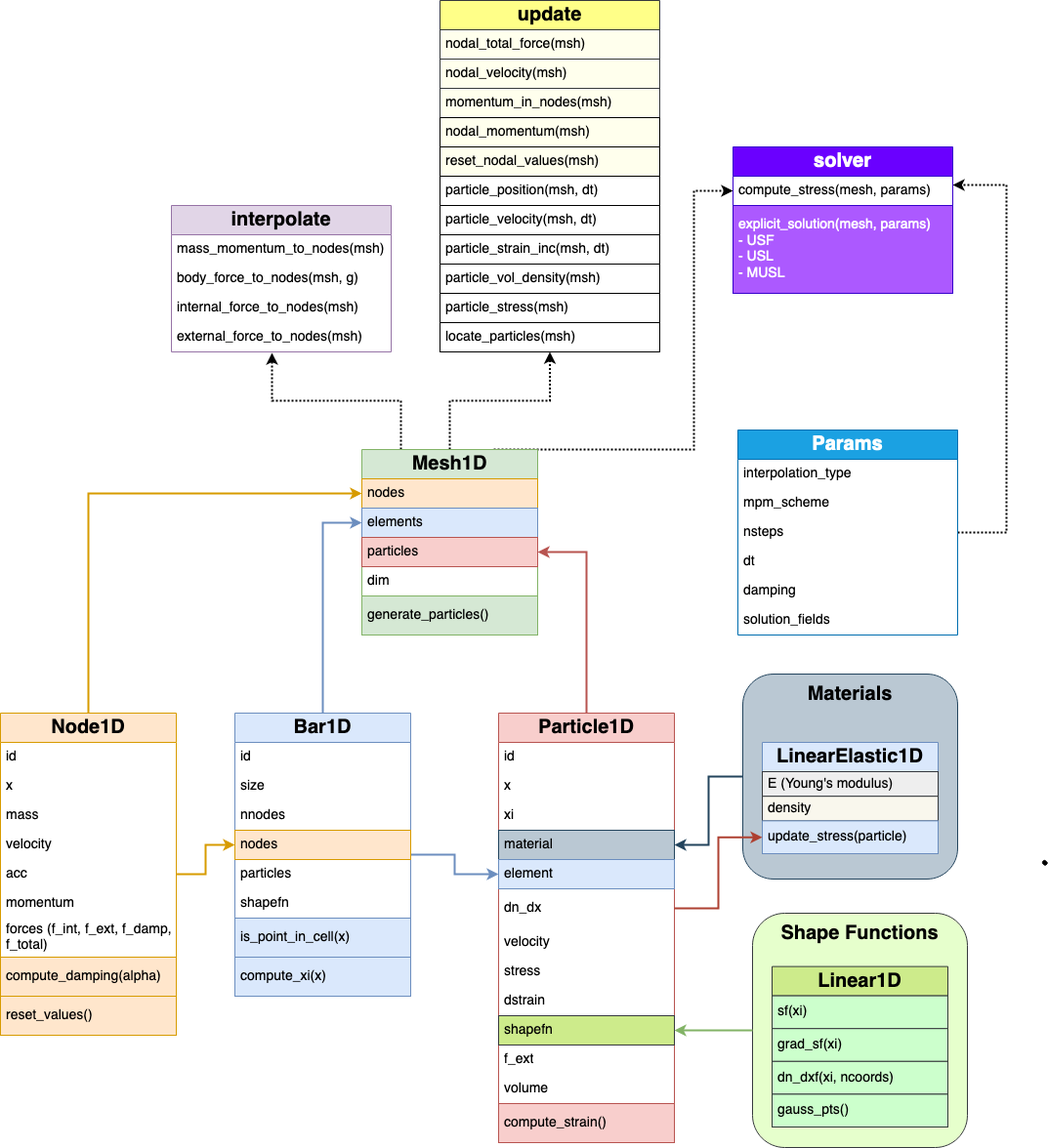
The draw.io diagram img/mpm-code.png in geoelements/LearnMPM, before a commit. Source tidied: cells renumbered, new cells last; positions are measured from the earlier drawing's top-left corner, leaving out a move shared by most shapes.
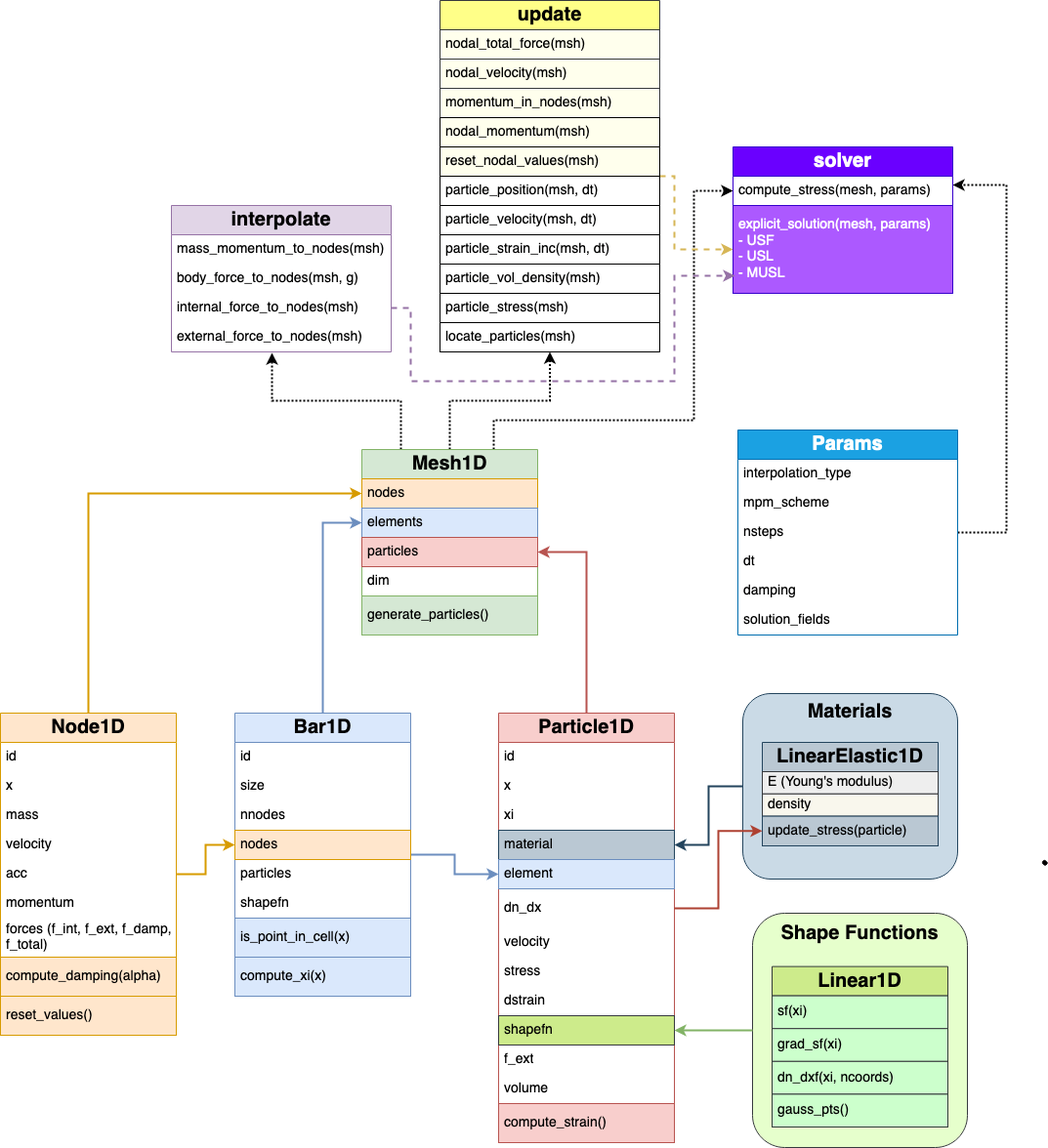
The same diagram one commit later.

Commit message:
MPM Code overview img

The edit, as a diff of the source:
```diff
@@ -133,7 +133,8 @@
     <mxCell id="43" style="edgeStyle=orthogonalEdgeStyle;rounded=0;jettySize=auto;html=1;exitX=0.75;exitY=0;exitDx=0;exitDy=0;entryX=0;entryY=0.5;entryDx=0;entryDy=0;dashed=1;dashPattern=1 1;strokeWidth=2;fontSize=20;" parent="1" edge="1" source="44" target="94">
       <mxGeometry relative="1" as="geometry">
         <Array as="points">
-          <mxPoint x="710" y="460" />
+          <mxPoint x="505" y="430" />
+          <mxPoint x="710" y="430" />
           <mxPoint x="710" y="195" />
         </Array>
       </mxGeometry>
@@ -156,26 +157,26 @@
     <mxCell id="49" value="generate_particles()" style="text;strokeColor=#82b366;fillColor=#d5e8d4;align=left;verticalAlign=middle;spacingLeft=4;spacingRight=4;overflow=hidden;whiteSpace=wrap;html=1;fontSize=14;" parent="44" vertex="1">
       <mxGeometry y="150" width="180" height="40" as="geometry" />
     </mxCell>
-    <mxCell id="50" style="group;" parent="1" vertex="1">
-      <mxGeometry x="760" y="690" width="220" height="210" as="geometry" />
+    <mxCell id="50" style="group;fillColor=default;" parent="1" vertex="1">
+      <mxGeometry x="760" y="710" width="220" height="190" as="geometry" />
     </mxCell>
-    <mxCell id="51" style="rounded=1;whiteSpace=wrap;html=1;strokeColor=#23445d;fontSize=14;fillColor=#bac8d3;" parent="50" vertex="1">
-      <mxGeometry width="220" height="210" as="geometry" />
+    <mxCell id="51" style="rounded=1;whiteSpace=wrap;html=1;strokeColor=#23445d;fontSize=14;fillColor=#CADAE6;" parent="50" vertex="1">
+      <mxGeometry width="220" height="190" as="geometry" />
     </mxCell>
     <mxCell id="52" value="&lt;b&gt;&lt;font style=&quot;font-size: 20px;&quot;&gt;Materials&lt;/font&gt;&lt;/b&gt;" style="text;html=1;strokeColor=none;fillColor=none;align=center;verticalAlign=middle;whiteSpace=wrap;rounded=0;fontSize=14;" parent="50" vertex="1">
-      <mxGeometry x="80" y="8.4" width="60" height="25.2" as="geometry" />
+      <mxGeometry x="80" y="7.6" width="60" height="22.8" as="geometry" />
     </mxCell>
-    <mxCell id="53" value="&lt;b&gt;&lt;font style=&quot;font-size: 20px;&quot;&gt;LinearElastic1D&lt;/font&gt;&lt;/b&gt;" style="swimlane;fontStyle=0;horizontal=1;startSize=30;whiteSpace=wrap;html=1;fillColor=#dae8fc;strokeColor=#6c8ebf;" parent="50" vertex="1">
-      <mxGeometry x="20" y="70" width="180" height="114" as="geometry" />
+    <mxCell id="53" value="&lt;b&gt;&lt;font style=&quot;font-size: 20px;&quot;&gt;LinearElastic1D&lt;/font&gt;&lt;/b&gt;" style="swimlane;fontStyle=0;horizontal=1;startSize=30;whiteSpace=wrap;html=1;fillColor=#bac8d3;strokeColor=#23445d;" parent="50" vertex="1">
+      <mxGeometry x="20" y="50" width="180" height="106" as="geometry" />
     </mxCell>
     <mxCell id="54" value="E (Young's modulus)" style="text;align=left;verticalAlign=middle;spacingLeft=4;spacingRight=4;overflow=hidden;whiteSpace=wrap;html=1;fontSize=14;fillColor=#eeeeee;strokeColor=#36393d;" parent="53" vertex="1">
-      <mxGeometry y="30" width="180" height="25.2" as="geometry" />
+      <mxGeometry y="30" width="180" height="22.8" as="geometry" />
     </mxCell>
     <mxCell id="55" value="&lt;div&gt;density&lt;/div&gt;" style="text;align=left;verticalAlign=middle;spacingLeft=4;spacingRight=4;overflow=hidden;whiteSpace=wrap;html=1;fontSize=14;fillColor=#f9f7ed;strokeColor=#36393d;" parent="53" vertex="1">
-      <mxGeometry y="55.2" width="180" height="25.2" as="geometry" />
+      <mxGeometry y="52.8" width="180" height="22.8" as="geometry" />
     </mxCell>
-    <mxCell id="56" value="update_stress(particle)" style="text;strokeColor=#6c8ebf;fillColor=#dae8fc;align=left;verticalAlign=middle;spacingLeft=4;spacingRight=4;overflow=hidden;points=[[0,0.5],[1,0.5]];portConstraint=eastwest;whiteSpace=wrap;html=1;fontSize=14;" parent="53" vertex="1">
-      <mxGeometry y="80.4" width="180" height="33.6" as="geometry" />
+    <mxCell id="56" value="update_stress(particle)" style="text;strokeColor=#23445d;fillColor=#bac8d3;align=left;verticalAlign=middle;spacingLeft=4;spacingRight=4;overflow=hidden;points=[[0,0.5],[1,0.5]];portConstraint=eastwest;whiteSpace=wrap;html=1;fontSize=14;" parent="53" vertex="1">
+      <mxGeometry y="75.6" width="180" height="30.4" as="geometry" />
     </mxCell>
     <mxCell id="57" style="edgeStyle=orthogonalEdgeStyle;rounded=0;jettySize=auto;html=1;fontSize=20;strokeWidth=2;fillColor=#fad9d5;strokeColor=#ae4132;" parent="1" edge="1" source="33" target="56">
       <mxGeometry relative="1" as="geometry" />
@@ -225,6 +226,14 @@
     <mxCell id="72" value="external_force_to_nodes(msh)" style="text;strokeColor=none;fillColor=none;align=left;verticalAlign=middle;spacingLeft=4;spacingRight=4;overflow=hidden;points=[[0,0.5],[1,0.5]];portConstraint=eastwest;whiteSpace=wrap;html=1;fontSize=14;" parent="68" vertex="1">
       <mxGeometry y="120" width="225" height="30" as="geometry" />
     </mxCell>
+    <mxCell id="96" style="edgeStyle=orthogonalEdgeStyle;rounded=0;jettySize=auto;html=1;entryX=0;entryY=0.5;entryDx=0;entryDy=0;fillColor=#fff2cc;strokeColor=#d6b656;strokeWidth=2;dashed=1;" parent="1" edge="1" source="73" target="95">
+      <mxGeometry relative="1" as="geometry">
+        <Array as="points">
+          <mxPoint x="690" y="180" />
+          <mxPoint x="690" y="255" />
+        </Array>
+      </mxGeometry>
+    </mxCell>
     <mxCell id="73" value="&lt;b&gt;&lt;font style=&quot;font-size: 20px;&quot;&gt;update&lt;/font&gt;&lt;/b&gt;" style="swimlane;fontStyle=0;horizontal=1;startSize=30;whiteSpace=wrap;html=1;fillColor=#ffff88;strokeColor=#36393d;" parent="1" vertex="1">
       <mxGeometry x="450" width="225" height="360" as="geometry" />
     </mxCell>
@@ -299,5 +308,15 @@
     <mxCell id="95" value="explicit_solution(mesh, params)&lt;br&gt;- USF&lt;br&gt;- USL&lt;br&gt;- MUSL" style="text;strokeColor=#3700CC;fillColor=#AC59FF;align=left;verticalAlign=middle;spacingLeft=4;spacingRight=4;overflow=hidden;points=[[0,0.5],[1,0.5]];portConstraint=eastwest;whiteSpace=wrap;html=1;fontSize=14;fontColor=#ffffff;" parent="93" vertex="1">
       <mxGeometry y="60" width="225" height="90" as="geometry" />
     </mxCell>
+    <mxCell id="97" style="edgeStyle=orthogonalEdgeStyle;rounded=0;jettySize=auto;html=1;entryX=0.009;entryY=0.8;entryDx=0;entryDy=0;entryPerimeter=0;strokeWidth=2;fillColor=#e1d5e7;strokeColor=#9673a6;dashed=1;" parent="1" edge="1" source="71" target="95">
+      <mxGeometry relative="1" as="geometry">
+        <Array as="points">
+          <mxPoint x="420" y="315" />
+          <mxPoint x="420" y="390" />
+          <mxPoint x="690" y="390" />
+          <mxPoint x="690" y="282" />
+        </Array>
+      </mxGeometry>
+    </mxCell>
   </root>
 </mxGraphModel>
```
